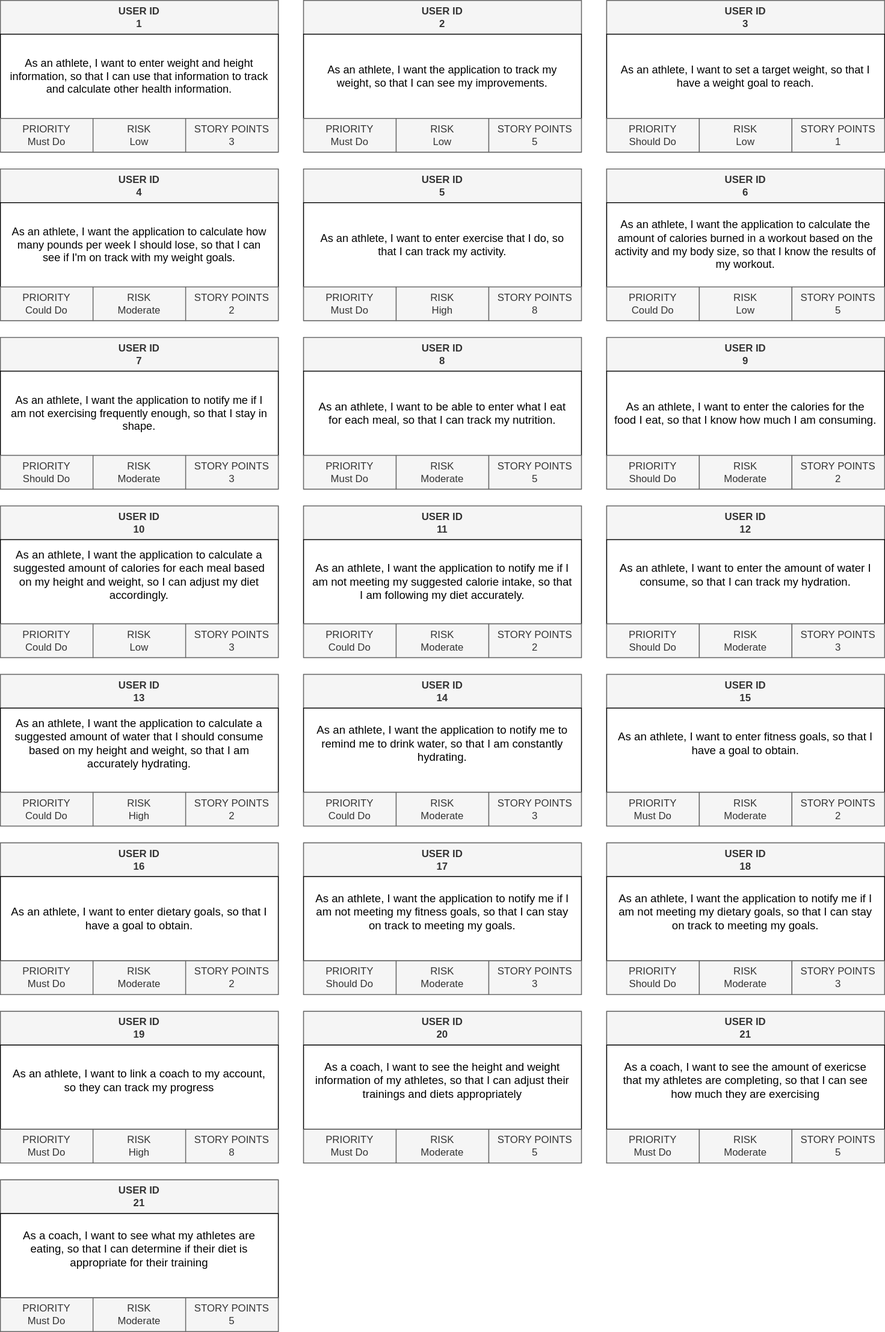
Before: assignment-release-plan.svg, a diagram exported from draw.io (HenrikSamuelsson/course-introduction-to-software-product-management). Source tidied: cells renumbered, new cells last; positions are measured from the earlier drawing's top-left corner, leaving out a move shared by most shapes.
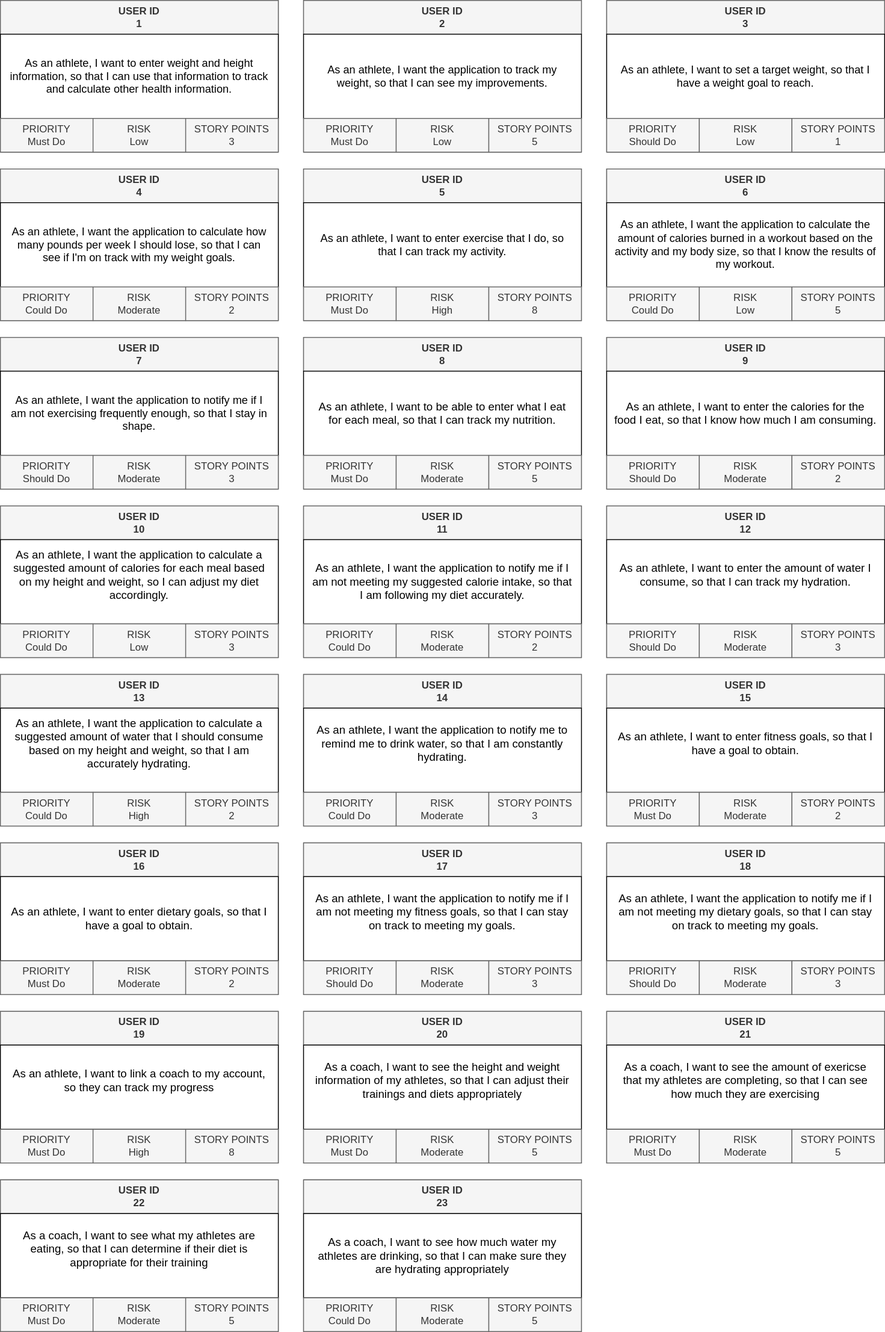
The same diagram one commit later.

Commit message:
Add another use case.

What changed in the source:
```diff
@@ -383,7 +383,7 @@
     <mxCell id="128" style="group;fillColor=#f5f5f5;fontColor=#333333;strokeColor=#666666;spacingLeft=8;spacingRight=8;" parent="1" vertex="1">
       <mxGeometry y="1400" width="330" height="180" as="geometry" />
     </mxCell>
-    <mxCell id="129" value="&lt;b&gt;USER ID &lt;br&gt;21&lt;br&gt;&lt;/b&gt;" style="rounded=0;whiteSpace=wrap;html=1;fillColor=#f5f5f5;fontColor=#333333;strokeColor=#666666;align=center;spacingLeft=8;spacingRight=8;" parent="128" vertex="1">
+    <mxCell id="129" value="&lt;b&gt;USER ID &lt;br&gt;22&lt;br&gt;&lt;/b&gt;" style="rounded=0;whiteSpace=wrap;html=1;fillColor=#f5f5f5;fontColor=#333333;strokeColor=#666666;align=center;spacingLeft=8;spacingRight=8;" parent="128" vertex="1">
       <mxGeometry width="330" height="40" as="geometry" />
     </mxCell>
     <mxCell id="130" value="&#10;&lt;span data-sheets-userformat=&quot;{&amp;quot;2&amp;quot;:12605,&amp;quot;3&amp;quot;:{&amp;quot;1&amp;quot;:0,&amp;quot;3&amp;quot;:1},&amp;quot;5&amp;quot;:{&amp;quot;1&amp;quot;:[{&amp;quot;1&amp;quot;:2,&amp;quot;2&amp;quot;:0,&amp;quot;5&amp;quot;:{&amp;quot;1&amp;quot;:2,&amp;quot;2&amp;quot;:15921906}},{&amp;quot;1&amp;quot;:0,&amp;quot;2&amp;quot;:0,&amp;quot;3&amp;quot;:3},{&amp;quot;1&amp;quot;:1,&amp;quot;2&amp;quot;:0,&amp;quot;4&amp;quot;:1}]},&amp;quot;6&amp;quot;:{&amp;quot;1&amp;quot;:[{&amp;quot;1&amp;quot;:2,&amp;quot;2&amp;quot;:0,&amp;quot;5&amp;quot;:{&amp;quot;1&amp;quot;:2,&amp;quot;2&amp;quot;:15921906}},{&amp;quot;1&amp;quot;:0,&amp;quot;2&amp;quot;:0,&amp;quot;3&amp;quot;:3},{&amp;quot;1&amp;quot;:1,&amp;quot;2&amp;quot;:0,&amp;quot;4&amp;quot;:1}]},&amp;quot;7&amp;quot;:{&amp;quot;1&amp;quot;:[{&amp;quot;1&amp;quot;:2,&amp;quot;2&amp;quot;:0,&amp;quot;5&amp;quot;:{&amp;quot;1&amp;quot;:2,&amp;quot;2&amp;quot;:0}},{&amp;quot;1&amp;quot;:0,&amp;quot;2&amp;quot;:0,&amp;quot;3&amp;quot;:3},{&amp;quot;1&amp;quot;:1,&amp;quot;2&amp;quot;:0,&amp;quot;4&amp;quot;:1}]},&amp;quot;8&amp;quot;:{&amp;quot;1&amp;quot;:[{&amp;quot;1&amp;quot;:2,&amp;quot;2&amp;quot;:0,&amp;quot;5&amp;quot;:{&amp;quot;1&amp;quot;:2,&amp;quot;2&amp;quot;:0}},{&amp;quot;1&amp;quot;:0,&amp;quot;2&amp;quot;:0,&amp;quot;3&amp;quot;:3},{&amp;quot;1&amp;quot;:1,&amp;quot;2&amp;quot;:0,&amp;quot;4&amp;quot;:1}]},&amp;quot;11&amp;quot;:4,&amp;quot;15&amp;quot;:&amp;quot;Arial&amp;quot;,&amp;quot;16&amp;quot;:10}&quot; style=&quot;font-size:10pt;font-family:Arial;font-weight:normal;font-style:normal;&quot;&gt;As a coach, I want to see what my athletes are eating, so that I can determine if their diet is appropriate for their training&lt;/span&gt;&#10;&#10;" style="rounded=0;whiteSpace=wrap;html=1;spacingLeft=8;spacingRight=8;" parent="128" vertex="1">
@@ -398,5 +398,23 @@
     <mxCell id="133" value="STORY POINTS&lt;br&gt;5" style="rounded=0;whiteSpace=wrap;html=1;fillColor=#f5f5f5;fontColor=#333333;strokeColor=#666666;spacingLeft=8;spacingRight=8;" parent="128" vertex="1">
       <mxGeometry x="220" y="140" width="110" height="40" as="geometry" />
     </mxCell>
+    <mxCell id="134" style="group;fillColor=#f5f5f5;fontColor=#333333;strokeColor=#666666;spacingLeft=8;spacingRight=8;" parent="1" vertex="1">
+      <mxGeometry x="360" y="1400" width="330" height="180" as="geometry" />
+    </mxCell>
+    <mxCell id="135" value="&lt;b&gt;USER ID &lt;br&gt;23&lt;br&gt;&lt;/b&gt;" style="rounded=0;whiteSpace=wrap;html=1;fillColor=#f5f5f5;fontColor=#333333;strokeColor=#666666;align=center;spacingLeft=8;spacingRight=8;" parent="134" vertex="1">
+      <mxGeometry width="330" height="40" as="geometry" />
+    </mxCell>
+    <mxCell id="136" value="&lt;span style=&quot;text-align: start; font-size: 10pt; font-family: Arial;&quot; data-sheets-userformat=&quot;{&amp;quot;2&amp;quot;:12605,&amp;quot;3&amp;quot;:{&amp;quot;1&amp;quot;:0,&amp;quot;3&amp;quot;:1},&amp;quot;5&amp;quot;:{&amp;quot;1&amp;quot;:[{&amp;quot;1&amp;quot;:2,&amp;quot;2&amp;quot;:0,&amp;quot;5&amp;quot;:{&amp;quot;1&amp;quot;:2,&amp;quot;2&amp;quot;:15921906}},{&amp;quot;1&amp;quot;:0,&amp;quot;2&amp;quot;:0,&amp;quot;3&amp;quot;:3},{&amp;quot;1&amp;quot;:1,&amp;quot;2&amp;quot;:0,&amp;quot;4&amp;quot;:1}]},&amp;quot;6&amp;quot;:{&amp;quot;1&amp;quot;:[{&amp;quot;1&amp;quot;:2,&amp;quot;2&amp;quot;:0,&amp;quot;5&amp;quot;:{&amp;quot;1&amp;quot;:2,&amp;quot;2&amp;quot;:15921906}},{&amp;quot;1&amp;quot;:0,&amp;quot;2&amp;quot;:0,&amp;quot;3&amp;quot;:3},{&amp;quot;1&amp;quot;:1,&amp;quot;2&amp;quot;:0,&amp;quot;4&amp;quot;:1}]},&amp;quot;7&amp;quot;:{&amp;quot;1&amp;quot;:[{&amp;quot;1&amp;quot;:2,&amp;quot;2&amp;quot;:0,&amp;quot;5&amp;quot;:{&amp;quot;1&amp;quot;:2,&amp;quot;2&amp;quot;:0}},{&amp;quot;1&amp;quot;:0,&amp;quot;2&amp;quot;:0,&amp;quot;3&amp;quot;:3},{&amp;quot;1&amp;quot;:1,&amp;quot;2&amp;quot;:0,&amp;quot;4&amp;quot;:1}]},&amp;quot;8&amp;quot;:{&amp;quot;1&amp;quot;:[{&amp;quot;1&amp;quot;:2,&amp;quot;2&amp;quot;:0,&amp;quot;5&amp;quot;:{&amp;quot;1&amp;quot;:2,&amp;quot;2&amp;quot;:0}},{&amp;quot;1&amp;quot;:0,&amp;quot;2&amp;quot;:0,&amp;quot;3&amp;quot;:3},{&amp;quot;1&amp;quot;:1,&amp;quot;2&amp;quot;:0,&amp;quot;4&amp;quot;:1}]},&amp;quot;11&amp;quot;:4,&amp;quot;15&amp;quot;:&amp;quot;Arial&amp;quot;,&amp;quot;16&amp;quot;:10}&quot;&gt;As a coach, I want to see how much water my athletes are drinking, so that I can make sure they are hydrating appropriately&lt;/span&gt;" style="rounded=0;whiteSpace=wrap;html=1;spacingLeft=8;spacingRight=8;" parent="134" vertex="1">
+      <mxGeometry y="40" width="330" height="100" as="geometry" />
+    </mxCell>
+    <mxCell id="137" value="PRIORITY&lt;br&gt;Could Do" style="rounded=0;whiteSpace=wrap;html=1;fillColor=#f5f5f5;fontColor=#333333;strokeColor=#666666;spacingLeft=8;spacingRight=8;" parent="134" vertex="1">
+      <mxGeometry y="140" width="110" height="40" as="geometry" />
+    </mxCell>
+    <mxCell id="138" value="RISK&lt;br&gt;Moderate" style="rounded=0;whiteSpace=wrap;html=1;fillColor=#f5f5f5;fontColor=#333333;strokeColor=#666666;spacingLeft=8;spacingRight=8;" parent="134" vertex="1">
+      <mxGeometry x="110" y="140" width="110" height="40" as="geometry" />
+    </mxCell>
+    <mxCell id="139" value="STORY POINTS&lt;br&gt;5" style="rounded=0;whiteSpace=wrap;html=1;fillColor=#f5f5f5;fontColor=#333333;strokeColor=#666666;spacingLeft=8;spacingRight=8;" parent="134" vertex="1">
+      <mxGeometry x="220" y="140" width="110" height="40" as="geometry" />
+    </mxCell>
   </root>
 </mxGraphModel>
```
